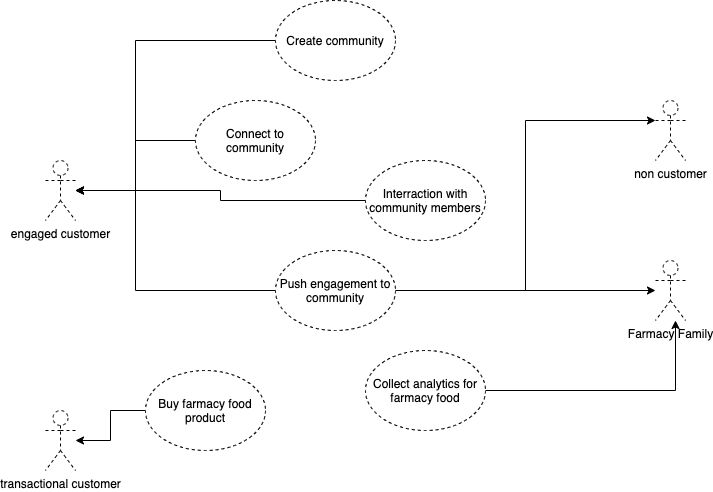
DVDemon/mobile_tractor_system_katas keeps this draw.io diagram as img/diagrams-UseCases.png. Above is the earlier version. Source tidied: cells renumbered, new cells last; positions are measured from the earlier drawing's top-left corner, leaving out a move shared by most shapes.
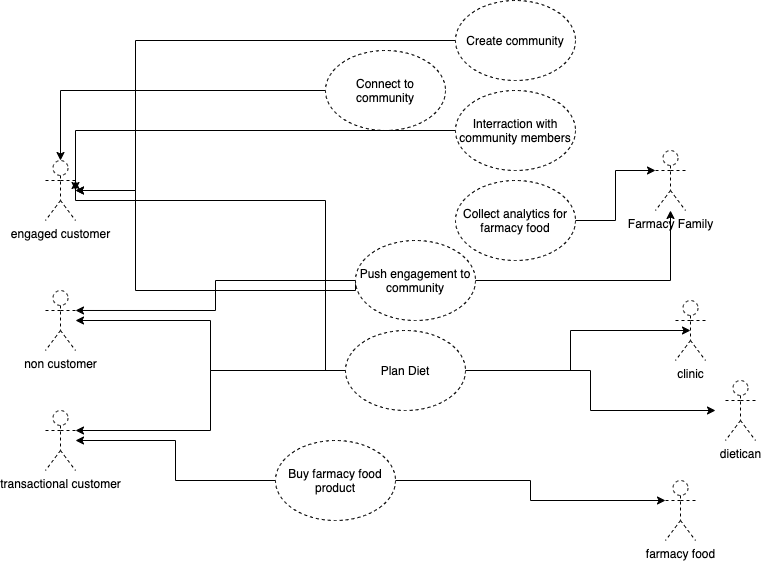
The same file after the commit.

Diff of the diagram source:
```diff
@@ -6,13 +6,16 @@
       <mxGeometry relative="1" as="geometry" />
     </mxCell>
     <mxCell id="3" value="Connect to community" style="ellipse;whiteSpace=wrap;html=1;dashed=1;verticalAlign=middle;" parent="1" vertex="1">
-      <mxGeometry x="150" y="100" width="120" height="80" as="geometry" />
+      <mxGeometry x="280" y="50" width="120" height="80" as="geometry" />
     </mxCell>
     <mxCell id="4" style="edgeStyle=orthogonalEdgeStyle;rounded=0;jettySize=auto;html=1;exitX=0;exitY=0.5;exitDx=0;exitDy=0;" parent="1" edge="1" source="5" target="13">
       <mxGeometry relative="1" as="geometry" />
     </mxCell>
+    <mxCell id="20" style="edgeStyle=orthogonalEdgeStyle;rounded=0;jettySize=auto;html=1;entryX=0;entryY=0.3333333333333333;entryDx=0;entryDy=0;entryPerimeter=0;" parent="1" edge="1" source="5" target="23">
+      <mxGeometry relative="1" as="geometry" />
+    </mxCell>
     <mxCell id="5" value="Buy farmacy food product" style="ellipse;whiteSpace=wrap;html=1;dashed=1;verticalAlign=middle;" parent="1" vertex="1">
-      <mxGeometry x="100" y="370" width="120" height="80" as="geometry" />
+      <mxGeometry x="230" y="440" width="120" height="80" as="geometry" />
     </mxCell>
     <mxCell id="6" style="edgeStyle=orthogonalEdgeStyle;rounded=0;jettySize=auto;html=1;" parent="1" edge="1" source="7">
       <mxGeometry relative="1" as="geometry">
@@ -24,7 +27,7 @@
       </mxGeometry>
     </mxCell>
     <mxCell id="7" value="Create community" style="ellipse;whiteSpace=wrap;html=1;dashed=1;verticalAlign=middle;" parent="1" vertex="1">
-      <mxGeometry x="230" width="120" height="80" as="geometry" />
+      <mxGeometry x="410" width="120" height="80" as="geometry" />
     </mxCell>
     <mxCell id="8" style="edgeStyle=orthogonalEdgeStyle;rounded=0;jettySize=auto;html=1;" parent="1" edge="1" source="9">
       <mxGeometry relative="1" as="geometry">
@@ -32,15 +35,13 @@
       </mxGeometry>
     </mxCell>
     <mxCell id="9" value="Interraction with community members" style="ellipse;whiteSpace=wrap;html=1;dashed=1;verticalAlign=middle;" parent="1" vertex="1">
-      <mxGeometry x="320" y="160" width="120" height="80" as="geometry" />
+      <mxGeometry x="410" y="90" width="120" height="80" as="geometry" />
     </mxCell>
-    <mxCell id="10" style="edgeStyle=orthogonalEdgeStyle;rounded=0;jettySize=auto;html=1;exitX=1;exitY=0.5;exitDx=0;exitDy=0;" parent="1" edge="1" source="11">
-      <mxGeometry relative="1" as="geometry">
-        <mxPoint x="630" y="320" as="targetPoint" />
-      </mxGeometry>
+    <mxCell id="10" style="edgeStyle=orthogonalEdgeStyle;rounded=0;jettySize=auto;html=1;exitX=1;exitY=0.5;exitDx=0;exitDy=0;entryX=0;entryY=0.3333333333333333;entryDx=0;entryDy=0;entryPerimeter=0;" parent="1" edge="1" source="11" target="18">
+      <mxGeometry relative="1" as="geometry" />
     </mxCell>
     <mxCell id="11" value="Collect analytics for farmacy food" style="ellipse;whiteSpace=wrap;html=1;dashed=1;verticalAlign=middle;" parent="1" vertex="1">
-      <mxGeometry x="320" y="350" width="120" height="80" as="geometry" />
+      <mxGeometry x="410" y="180" width="120" height="80" as="geometry" />
     </mxCell>
     <mxCell id="12" value="engaged customer" style="shape=umlActor;verticalLabelPosition=bottom;verticalAlign=top;html=1;outlineConnect=0;dashed=1;" parent="1" vertex="1">
       <mxGeometry y="160" width="30" height="60" as="geometry" />
@@ -60,17 +61,52 @@
     <mxCell id="15" style="edgeStyle=orthogonalEdgeStyle;rounded=0;jettySize=auto;html=1;exitX=1;exitY=0.5;exitDx=0;exitDy=0;" parent="1" edge="1" source="17" target="18">
       <mxGeometry relative="1" as="geometry" />
     </mxCell>
-    <mxCell id="16" style="edgeStyle=orthogonalEdgeStyle;rounded=0;jettySize=auto;html=1;exitX=1;exitY=0.5;exitDx=0;exitDy=0;entryX=0;entryY=0.3333333333333333;entryDx=0;entryDy=0;entryPerimeter=0;" parent="1" edge="1" source="17" target="19">
+    <mxCell id="16" style="edgeStyle=orthogonalEdgeStyle;rounded=0;jettySize=auto;html=1;exitX=0;exitY=0.5;exitDx=0;exitDy=0;entryX=1;entryY=0.333;entryDx=0;entryDy=0;entryPerimeter=0;" parent="1" edge="1" source="17" target="19">
       <mxGeometry relative="1" as="geometry" />
     </mxCell>
     <mxCell id="17" value="Push engagement to community" style="ellipse;whiteSpace=wrap;html=1;dashed=1;verticalAlign=middle;" parent="1" vertex="1">
-      <mxGeometry x="230" y="250" width="120" height="80" as="geometry" />
+      <mxGeometry x="310" y="240" width="120" height="80" as="geometry" />
     </mxCell>
     <mxCell id="18" value="Farmacy Family" style="shape=umlActor;verticalLabelPosition=bottom;verticalAlign=top;html=1;outlineConnect=0;dashed=1;" parent="1" vertex="1">
-      <mxGeometry x="610" y="260" width="30" height="60" as="geometry" />
+      <mxGeometry x="610" y="150" width="30" height="60" as="geometry" />
     </mxCell>
     <mxCell id="19" value="non customer" style="shape=umlActor;verticalLabelPosition=bottom;verticalAlign=top;html=1;outlineConnect=0;dashed=1;" parent="1" vertex="1">
-      <mxGeometry x="610" y="100" width="30" height="60" as="geometry" />
+      <mxGeometry y="290" width="30" height="60" as="geometry" />
     </mxCell>
+    <mxCell id="21" value="clinic" style="shape=umlActor;verticalLabelPosition=bottom;verticalAlign=top;html=1;outlineConnect=0;dashed=1;" parent="1" vertex="1">
+      <mxGeometry x="630" y="300" width="30" height="60" as="geometry" />
+    </mxCell>
+    <mxCell id="22" value="dietican" style="shape=umlActor;verticalLabelPosition=bottom;verticalAlign=top;html=1;dashed=1;" parent="1" vertex="1">
+      <mxGeometry x="680" y="380" width="30" height="60" as="geometry" />
+    </mxCell>
+    <mxCell id="23" value="farmacy food" style="shape=umlActor;verticalLabelPosition=bottom;verticalAlign=top;html=1;outlineConnect=0;dashed=1;" parent="1" vertex="1">
+      <mxGeometry x="620" y="480" width="30" height="60" as="geometry" />
+    </mxCell>
+    <mxCell id="24" style="edgeStyle=orthogonalEdgeStyle;rounded=0;jettySize=auto;html=1;exitX=1;exitY=0.5;exitDx=0;exitDy=0;" parent="1" edge="1" source="29">
+      <mxGeometry relative="1" as="geometry">
+        <mxPoint x="670" y="410" as="targetPoint" />
+      </mxGeometry>
+    </mxCell>
+    <mxCell id="25" style="edgeStyle=orthogonalEdgeStyle;rounded=0;jettySize=auto;html=1;entryX=0.5;entryY=0.5;entryDx=0;entryDy=0;entryPerimeter=0;" parent="1" edge="1" source="29" target="21">
+      <mxGeometry relative="1" as="geometry" />
+    </mxCell>
+    <mxCell id="26" style="edgeStyle=orthogonalEdgeStyle;rounded=0;jettySize=auto;html=1;entryX=1;entryY=0.3333333333333333;entryDx=0;entryDy=0;entryPerimeter=0;" parent="1" edge="1" source="29" target="13">
+      <mxGeometry relative="1" as="geometry" />
+    </mxCell>
+    <mxCell id="27" style="edgeStyle=orthogonalEdgeStyle;rounded=0;jettySize=auto;html=1;" parent="1" edge="1" source="29" target="19">
+      <mxGeometry relative="1" as="geometry" />
+    </mxCell>
+    <mxCell id="28" style="edgeStyle=orthogonalEdgeStyle;rounded=0;jettySize=auto;html=1;entryX=1;entryY=0.3333333333333333;entryDx=0;entryDy=0;entryPerimeter=0;" parent="1" edge="1" source="29" target="12">
+      <mxGeometry relative="1" as="geometry">
+        <Array as="points">
+          <mxPoint x="280" y="370" />
+          <mxPoint x="280" y="200" />
+          <mxPoint x="30" y="200" />
+        </Array>
+      </mxGeometry>
+    </mxCell>
+    <mxCell id="29" value="Plan Diet" style="ellipse;whiteSpace=wrap;html=1;dashed=1;verticalAlign=middle;" parent="1" vertex="1">
+      <mxGeometry x="300" y="330" width="120" height="80" as="geometry" />
+    </mxCell>
   </root>
 </mxGraphModel>
```
